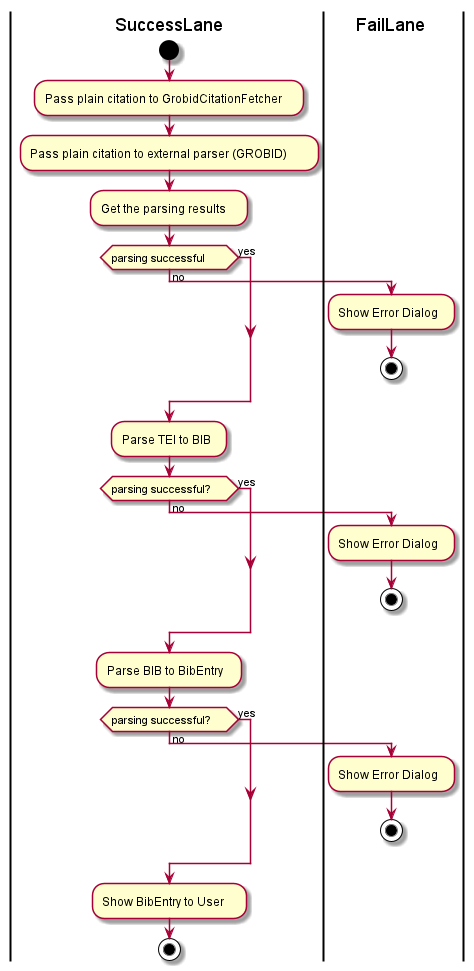
Before: docs/sweng/TechnicalDocumentation/ActivityDiagramTrackPlainEntry.PNG, a diagram exported from PlantUML (JabRef/jabref).
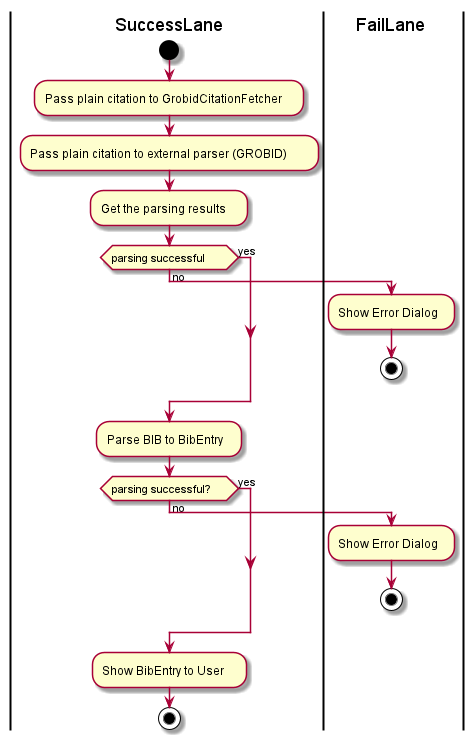
After the change.

Diff of the diagram source:
```diff
@@ -11,13 +11,7 @@
     stop
 endif
 |SuccessLane|
-:Parse TEI to BIB  ;
-if (parsing successful?     ) then (yes)
-else (no)
-    |FailLane|
-    :Show Error Dialog  ;
-    stop
-endif
+
 |SuccessLane|
 :Parse BIB to BibEntry   ;
 if (parsing successful?     ) then (yes)
```
